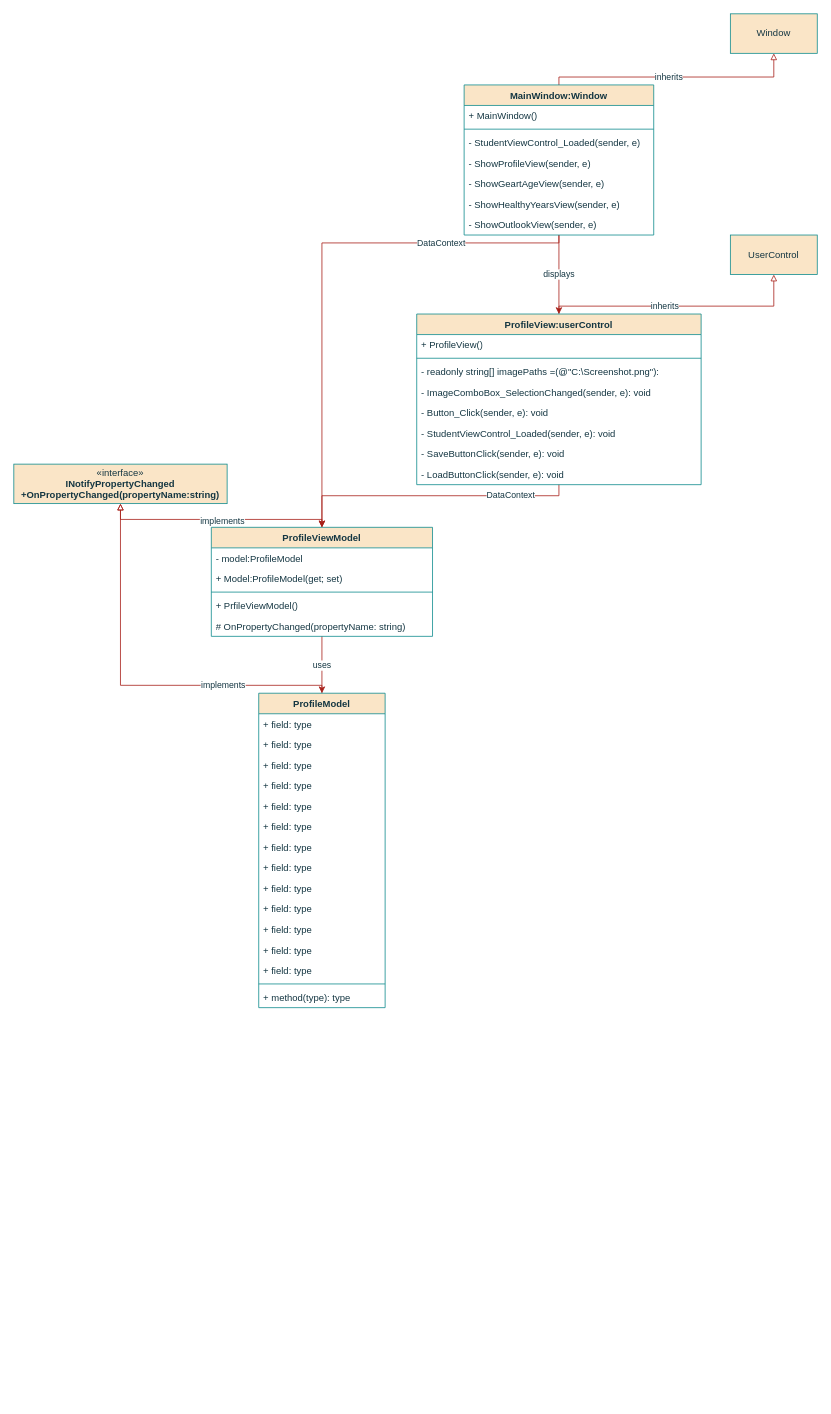
The draw.io diagram Klassendiagramm.drawio in PythonPokemon/Draw.io, before the edit. Source tidied: cells renumbered, new cells numbered last; positions are measured from the earlier drawing's top-left corner, leaving out a move shared by most shapes. Both pictures are drawn from the tidied source at 79%, with x=0, y=0 at pixel (13, 13).
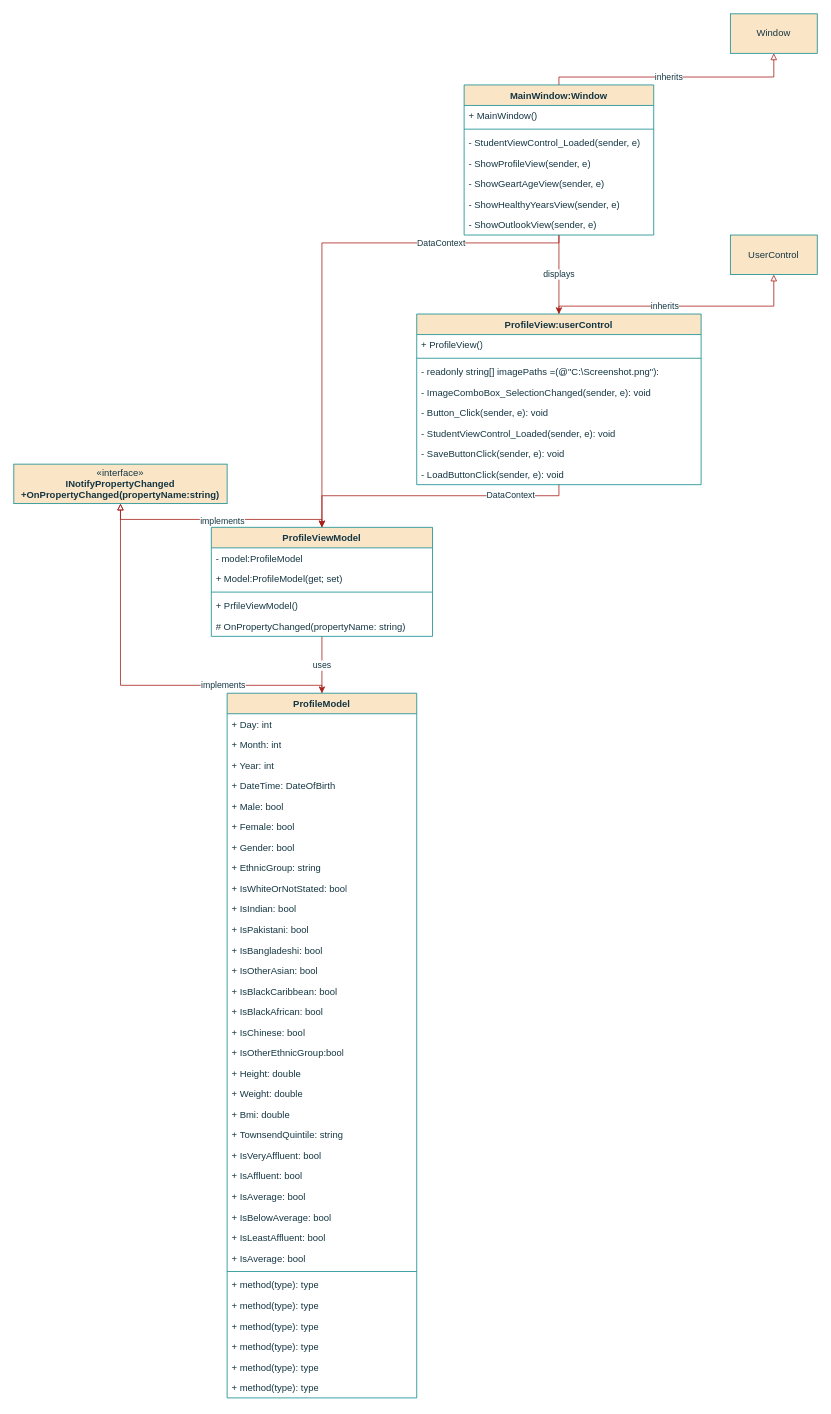
Above is the later version.

What changed in the source:
```diff
@@
     <mxCell id="34" value="ProfileModel" style="swimlane;fontStyle=1;align=center;verticalAlign=top;horizontal=1;startSize=26;whiteSpace=wrap;html=1;labelBackgroundColor=none;fillColor=#FAE5C7;strokeColor=#0F8B8D;fontColor=#143642;" parent="1" vertex="1">
-      <mxGeometry x="310" y="860" width="160" height="398" as="geometry" />
+      <mxGeometry x="270" y="860" width="240" height="892" as="geometry" />
     </mxCell>
-    <mxCell id="35" value="+ field: type" style="text;strokeColor=none;fillColor=none;align=left;verticalAlign=top;spacingLeft=4;spacingRight=4;overflow=hidden;whiteSpace=wrap;html=1;labelBackgroundColor=none;fontColor=#143642;" parent="34" vertex="1">
-      <mxGeometry y="26" width="160" height="26" as="geometry" />
+    <mxCell id="35" value="+ Day: int" style="text;strokeColor=none;fillColor=none;align=left;verticalAlign=top;spacingLeft=4;spacingRight=4;overflow=hidden;whiteSpace=wrap;html=1;labelBackgroundColor=none;fontColor=#143642;" parent="34" vertex="1">
+      <mxGeometry y="26" width="240" height="26" as="geometry" />
     </mxCell>
-    <mxCell id="36" value="+ field: type" style="text;strokeColor=none;fillColor=none;align=left;verticalAlign=top;spacingLeft=4;spacingRight=4;overflow=hidden;whiteSpace=wrap;html=1;labelBackgroundColor=none;fontColor=#143642;" parent="34" vertex="1">
-      <mxGeometry y="52" width="160" height="26" as="geometry" />
+    <mxCell id="36" value="+&amp;nbsp;Month: int" style="text;strokeColor=none;fillColor=none;align=left;verticalAlign=top;spacingLeft=4;spacingRight=4;overflow=hidden;whiteSpace=wrap;html=1;labelBackgroundColor=none;fontColor=#143642;" parent="34" vertex="1">
+      <mxGeometry y="52" width="240" height="26" as="geometry" />
     </mxCell>
-    <mxCell id="37" value="+ field: type" style="text;strokeColor=none;fillColor=none;align=left;verticalAlign=top;spacingLeft=4;spacingRight=4;overflow=hidden;whiteSpace=wrap;html=1;labelBackgroundColor=none;fontColor=#143642;" parent="34" vertex="1">
-      <mxGeometry y="78" width="160" height="26" as="geometry" />
+    <mxCell id="37" value="+ Year: int" style="text;strokeColor=none;fillColor=none;align=left;verticalAlign=top;spacingLeft=4;spacingRight=4;overflow=hidden;whiteSpace=wrap;html=1;labelBackgroundColor=none;fontColor=#143642;" parent="34" vertex="1">
+      <mxGeometry y="78" width="240" height="26" as="geometry" />
     </mxCell>
-    <mxCell id="38" value="+ field: type" style="text;strokeColor=none;fillColor=none;align=left;verticalAlign=top;spacingLeft=4;spacingRight=4;overflow=hidden;whiteSpace=wrap;html=1;labelBackgroundColor=none;fontColor=#143642;" parent="34" vertex="1">
-      <mxGeometry y="104" width="160" height="26" as="geometry" />
+    <mxCell id="38" value="+ DateTime: DateOfBirth" style="text;strokeColor=none;fillColor=none;align=left;verticalAlign=top;spacingLeft=4;spacingRight=4;overflow=hidden;whiteSpace=wrap;html=1;labelBackgroundColor=none;fontColor=#143642;" parent="34" vertex="1">
+      <mxGeometry y="104" width="240" height="26" as="geometry" />
     </mxCell>
-    <mxCell id="39" value="+ field: type" style="text;strokeColor=none;fillColor=none;align=left;verticalAlign=top;spacingLeft=4;spacingRight=4;overflow=hidden;whiteSpace=wrap;html=1;labelBackgroundColor=none;fontColor=#143642;" parent="34" vertex="1">
-      <mxGeometry y="130" width="160" height="26" as="geometry" />
+    <mxCell id="39" value="+ Male: bool" style="text;strokeColor=none;fillColor=none;align=left;verticalAlign=top;spacingLeft=4;spacingRight=4;overflow=hidden;whiteSpace=wrap;html=1;labelBackgroundColor=none;fontColor=#143642;" parent="34" vertex="1">
+      <mxGeometry y="130" width="240" height="26" as="geometry" />
     </mxCell>
-    <mxCell id="40" value="+ field: type" style="text;strokeColor=none;fillColor=none;align=left;verticalAlign=top;spacingLeft=4;spacingRight=4;overflow=hidden;whiteSpace=wrap;html=1;labelBackgroundColor=none;fontColor=#143642;" parent="34" vertex="1">
-      <mxGeometry y="156" width="160" height="26" as="geometry" />
+    <mxCell id="40" value="+ Female: bool" style="text;strokeColor=none;fillColor=none;align=left;verticalAlign=top;spacingLeft=4;spacingRight=4;overflow=hidden;whiteSpace=wrap;html=1;labelBackgroundColor=none;fontColor=#143642;" parent="34" vertex="1">
+      <mxGeometry y="156" width="240" height="26" as="geometry" />
     </mxCell>
-    <mxCell id="41" value="+ field: type" style="text;strokeColor=none;fillColor=none;align=left;verticalAlign=top;spacingLeft=4;spacingRight=4;overflow=hidden;whiteSpace=wrap;html=1;labelBackgroundColor=none;fontColor=#143642;" parent="34" vertex="1">
-      <mxGeometry y="182" width="160" height="26" as="geometry" />
+    <mxCell id="41" value="+ Gender: bool" style="text;strokeColor=none;fillColor=none;align=left;verticalAlign=top;spacingLeft=4;spacingRight=4;overflow=hidden;whiteSpace=wrap;html=1;labelBackgroundColor=none;fontColor=#143642;" parent="34" vertex="1">
+      <mxGeometry y="182" width="240" height="26" as="geometry" />
     </mxCell>
-    <mxCell id="42" value="+ field: type" style="text;strokeColor=none;fillColor=none;align=left;verticalAlign=top;spacingLeft=4;spacingRight=4;overflow=hidden;whiteSpace=wrap;html=1;labelBackgroundColor=none;fontColor=#143642;" parent="34" vertex="1">
-      <mxGeometry y="208" width="160" height="26" as="geometry" />
+    <mxCell id="42" value="+&amp;nbsp;EthnicGroup: string" style="text;strokeColor=none;fillColor=none;align=left;verticalAlign=top;spacingLeft=4;spacingRight=4;overflow=hidden;whiteSpace=wrap;html=1;labelBackgroundColor=none;fontColor=#143642;" parent="34" vertex="1">
+      <mxGeometry y="208" width="240" height="26" as="geometry" />
     </mxCell>
-    <mxCell id="43" value="+ field: type" style="text;strokeColor=none;fillColor=none;align=left;verticalAlign=top;spacingLeft=4;spacingRight=4;overflow=hidden;whiteSpace=wrap;html=1;labelBackgroundColor=none;fontColor=#143642;" parent="34" vertex="1">
-      <mxGeometry y="234" width="160" height="26" as="geometry" />
+    <mxCell id="43" value="+&amp;nbsp;IsWhiteOrNotStated: bool" style="text;strokeColor=none;fillColor=none;align=left;verticalAlign=top;spacingLeft=4;spacingRight=4;overflow=hidden;whiteSpace=wrap;html=1;labelBackgroundColor=none;fontColor=#143642;" parent="34" vertex="1">
+      <mxGeometry y="234" width="240" height="26" as="geometry" />
     </mxCell>
-    <mxCell id="44" value="+ field: type" style="text;strokeColor=none;fillColor=none;align=left;verticalAlign=top;spacingLeft=4;spacingRight=4;overflow=hidden;whiteSpace=wrap;html=1;labelBackgroundColor=none;fontColor=#143642;" parent="34" vertex="1">
-      <mxGeometry y="260" width="160" height="26" as="geometry" />
+    <mxCell id="44" value="+&amp;nbsp;IsIndian: bool" style="text;strokeColor=none;fillColor=none;align=left;verticalAlign=top;spacingLeft=4;spacingRight=4;overflow=hidden;whiteSpace=wrap;html=1;labelBackgroundColor=none;fontColor=#143642;" parent="34" vertex="1">
+      <mxGeometry y="260" width="240" height="26" as="geometry" />
     </mxCell>
-    <mxCell id="45" value="+ field: type" style="text;strokeColor=none;fillColor=none;align=left;verticalAlign=top;spacingLeft=4;spacingRight=4;overflow=hidden;whiteSpace=wrap;html=1;labelBackgroundColor=none;fontColor=#143642;" parent="34" vertex="1">
-      <mxGeometry y="286" width="160" height="26" as="geometry" />
+    <mxCell id="45" value="+&amp;nbsp;IsPakistani: bool" style="text;strokeColor=none;fillColor=none;align=left;verticalAlign=top;spacingLeft=4;spacingRight=4;overflow=hidden;whiteSpace=wrap;html=1;labelBackgroundColor=none;fontColor=#143642;" parent="34" vertex="1">
+      <mxGeometry y="286" width="240" height="26" as="geometry" />
     </mxCell>
-    <mxCell id="46" value="+ field: type" style="text;strokeColor=none;fillColor=none;align=left;verticalAlign=top;spacingLeft=4;spacingRight=4;overflow=hidden;whiteSpace=wrap;html=1;labelBackgroundColor=none;fontColor=#143642;" parent="34" vertex="1">
-      <mxGeometry y="312" width="160" height="26" as="geometry" />
+    <mxCell id="46" value="+&amp;nbsp;IsBangladeshi: bool" style="text;strokeColor=none;fillColor=none;align=left;verticalAlign=top;spacingLeft=4;spacingRight=4;overflow=hidden;whiteSpace=wrap;html=1;labelBackgroundColor=none;fontColor=#143642;" parent="34" vertex="1">
+      <mxGeometry y="312" width="240" height="26" as="geometry" />
     </mxCell>
-    <mxCell id="47" value="+ field: type" style="text;strokeColor=none;fillColor=none;align=left;verticalAlign=top;spacingLeft=4;spacingRight=4;overflow=hidden;whiteSpace=wrap;html=1;labelBackgroundColor=none;fontColor=#143642;" parent="34" vertex="1">
-      <mxGeometry y="338" width="160" height="26" as="geometry" />
+    <mxCell id="47" value="+&amp;nbsp;IsOtherAsian: bool" style="text;strokeColor=none;fillColor=none;align=left;verticalAlign=top;spacingLeft=4;spacingRight=4;overflow=hidden;whiteSpace=wrap;html=1;labelBackgroundColor=none;fontColor=#143642;" parent="34" vertex="1">
+      <mxGeometry y="338" width="240" height="26" as="geometry" />
     </mxCell>
+    <mxCell id="61" value="+&amp;nbsp;IsBlackCaribbean: bool" style="text;strokeColor=none;fillColor=none;align=left;verticalAlign=top;spacingLeft=4;spacingRight=4;overflow=hidden;whiteSpace=wrap;html=1;labelBackgroundColor=none;fontColor=#143642;" parent="34" vertex="1">
+      <mxGeometry y="364" width="240" height="26" as="geometry" />
+    </mxCell>
+    <mxCell id="62" value="+&amp;nbsp;IsBlackAfrican: bool" style="text;strokeColor=none;fillColor=none;align=left;verticalAlign=top;spacingLeft=4;spacingRight=4;overflow=hidden;whiteSpace=wrap;html=1;labelBackgroundColor=none;fontColor=#143642;" parent="34" vertex="1">
+      <mxGeometry y="390" width="240" height="26" as="geometry" />
+    </mxCell>
+    <mxCell id="63" value="+&amp;nbsp;IsChinese: bool" style="text;strokeColor=none;fillColor=none;align=left;verticalAlign=top;spacingLeft=4;spacingRight=4;overflow=hidden;whiteSpace=wrap;html=1;labelBackgroundColor=none;fontColor=#143642;" parent="34" vertex="1">
+      <mxGeometry y="416" width="240" height="26" as="geometry" />
+    </mxCell>
+    <mxCell id="64" value="+&amp;nbsp;IsOtherEthnicGroup:bool" style="text;strokeColor=none;fillColor=none;align=left;verticalAlign=top;spacingLeft=4;spacingRight=4;overflow=hidden;whiteSpace=wrap;html=1;labelBackgroundColor=none;fontColor=#143642;" parent="34" vertex="1">
+      <mxGeometry y="442" width="240" height="26" as="geometry" />
+    </mxCell>
+    <mxCell id="65" value="+&amp;nbsp;Height: double" style="text;strokeColor=none;fillColor=none;align=left;verticalAlign=top;spacingLeft=4;spacingRight=4;overflow=hidden;whiteSpace=wrap;html=1;labelBackgroundColor=none;fontColor=#143642;" parent="34" vertex="1">
+      <mxGeometry y="468" width="240" height="26" as="geometry" />
+    </mxCell>
+    <mxCell id="66" value="+&amp;nbsp;Weight: double" style="text;strokeColor=none;fillColor=none;align=left;verticalAlign=top;spacingLeft=4;spacingRight=4;overflow=hidden;whiteSpace=wrap;html=1;labelBackgroundColor=none;fontColor=#143642;" parent="34" vertex="1">
+      <mxGeometry y="494" width="240" height="26" as="geometry" />
+    </mxCell>
+    <mxCell id="67" value="+&amp;nbsp;Bmi: double" style="text;strokeColor=none;fillColor=none;align=left;verticalAlign=top;spacingLeft=4;spacingRight=4;overflow=hidden;whiteSpace=wrap;html=1;labelBackgroundColor=none;fontColor=#143642;" parent="34" vertex="1">
+      <mxGeometry y="520" width="240" height="26" as="geometry" />
+    </mxCell>
+    <mxCell id="68" value="+&amp;nbsp;TownsendQuintile: string" style="text;strokeColor=none;fillColor=none;align=left;verticalAlign=top;spacingLeft=4;spacingRight=4;overflow=hidden;whiteSpace=wrap;html=1;labelBackgroundColor=none;fontColor=#143642;" parent="34" vertex="1">
+      <mxGeometry y="546" width="240" height="26" as="geometry" />
+    </mxCell>
+    <mxCell id="69" value="+&amp;nbsp;IsVeryAffluent: bool" style="text;strokeColor=none;fillColor=none;align=left;verticalAlign=top;spacingLeft=4;spacingRight=4;overflow=hidden;whiteSpace=wrap;html=1;labelBackgroundColor=none;fontColor=#143642;" parent="34" vertex="1">
+      <mxGeometry y="572" width="240" height="26" as="geometry" />
+    </mxCell>
+    <mxCell id="70" value="+&amp;nbsp;IsAffluent: bool" style="text;strokeColor=none;fillColor=none;align=left;verticalAlign=top;spacingLeft=4;spacingRight=4;overflow=hidden;whiteSpace=wrap;html=1;labelBackgroundColor=none;fontColor=#143642;" parent="34" vertex="1">
+      <mxGeometry y="598" width="240" height="26" as="geometry" />
+    </mxCell>
+    <mxCell id="71" value="+ IsAverage: bool" style="text;strokeColor=none;fillColor=none;align=left;verticalAlign=top;spacingLeft=4;spacingRight=4;overflow=hidden;whiteSpace=wrap;html=1;labelBackgroundColor=none;fontColor=#143642;" parent="34" vertex="1">
+      <mxGeometry y="624" width="240" height="26" as="geometry" />
+    </mxCell>
+    <mxCell id="72" value="+ IsBelowAverage: bool" style="text;strokeColor=none;fillColor=none;align=left;verticalAlign=top;spacingLeft=4;spacingRight=4;overflow=hidden;whiteSpace=wrap;html=1;labelBackgroundColor=none;fontColor=#143642;" parent="34" vertex="1">
+      <mxGeometry y="650" width="240" height="26" as="geometry" />
+    </mxCell>
+    <mxCell id="73" value="+ IsLeastAffluent: bool" style="text;strokeColor=none;fillColor=none;align=left;verticalAlign=top;spacingLeft=4;spacingRight=4;overflow=hidden;whiteSpace=wrap;html=1;labelBackgroundColor=none;fontColor=#143642;" parent="34" vertex="1">
+      <mxGeometry y="676" width="240" height="26" as="geometry" />
+    </mxCell>
+    <mxCell id="74" value="+ IsAverage: bool" style="text;strokeColor=none;fillColor=none;align=left;verticalAlign=top;spacingLeft=4;spacingRight=4;overflow=hidden;whiteSpace=wrap;html=1;labelBackgroundColor=none;fontColor=#143642;" parent="34" vertex="1">
+      <mxGeometry y="702" width="240" height="26" as="geometry" />
+    </mxCell>
     <mxCell id="48" style="line;strokeWidth=1;fillColor=none;align=left;verticalAlign=middle;spacingTop=-1;spacingLeft=3;spacingRight=3;labelPosition=right;strokeColor=#0F8B8D;labelBackgroundColor=none;fontColor=#143642;" parent="34" vertex="1">
-      <mxGeometry y="364" width="160" height="8" as="geometry" />
+      <mxGeometry y="728" width="240" height="8" as="geometry" />
     </mxCell>
     <mxCell id="49" value="+ method(type): type" style="text;strokeColor=none;fillColor=none;align=left;verticalAlign=top;spacingLeft=4;spacingRight=4;overflow=hidden;whiteSpace=wrap;html=1;labelBackgroundColor=none;fontColor=#143642;" parent="34" vertex="1">
-      <mxGeometry y="372" width="160" height="26" as="geometry" />
+      <mxGeometry y="736" width="240" height="26" as="geometry" />
     </mxCell>
+    <mxCell id="75" value="+ method(type): type" style="text;strokeColor=none;fillColor=none;align=left;verticalAlign=top;spacingLeft=4;spacingRight=4;overflow=hidden;whiteSpace=wrap;html=1;labelBackgroundColor=none;fontColor=#143642;" parent="34" vertex="1">
+      <mxGeometry y="762" width="240" height="26" as="geometry" />
+    </mxCell>
+    <mxCell id="76" value="+ method(type): type" style="text;strokeColor=none;fillColor=none;align=left;verticalAlign=top;spacingLeft=4;spacingRight=4;overflow=hidden;whiteSpace=wrap;html=1;labelBackgroundColor=none;fontColor=#143642;" parent="34" vertex="1">
+      <mxGeometry y="788" width="240" height="26" as="geometry" />
+    </mxCell>
+    <mxCell id="77" value="+ method(type): type" style="text;strokeColor=none;fillColor=none;align=left;verticalAlign=top;spacingLeft=4;spacingRight=4;overflow=hidden;whiteSpace=wrap;html=1;labelBackgroundColor=none;fontColor=#143642;" parent="34" vertex="1">
+      <mxGeometry y="814" width="240" height="26" as="geometry" />
+    </mxCell>
+    <mxCell id="78" value="+ method(type): type" style="text;strokeColor=none;fillColor=none;align=left;verticalAlign=top;spacingLeft=4;spacingRight=4;overflow=hidden;whiteSpace=wrap;html=1;labelBackgroundColor=none;fontColor=#143642;" parent="34" vertex="1">
+      <mxGeometry y="840" width="240" height="26" as="geometry" />
+    </mxCell>
+    <mxCell id="79" value="+ method(type): type" style="text;strokeColor=none;fillColor=none;align=left;verticalAlign=top;spacingLeft=4;spacingRight=4;overflow=hidden;whiteSpace=wrap;html=1;labelBackgroundColor=none;fontColor=#143642;" parent="34" vertex="1">
+      <mxGeometry y="866" width="240" height="26" as="geometry" />
+    </mxCell>
```
